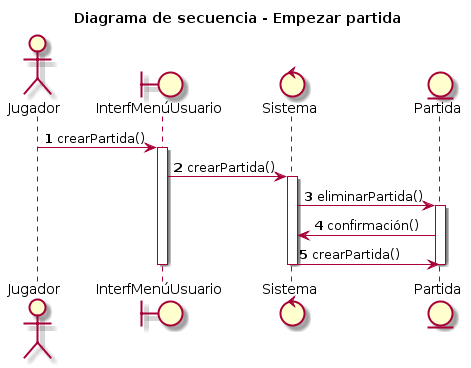
dmontesinos/ES-2019-G43-2-02.v2 keeps this PlantUML diagram as UML/Diagramas de secuencia/Jugador/Empezar partida/Empezar partida.png. Above is the earlier version.
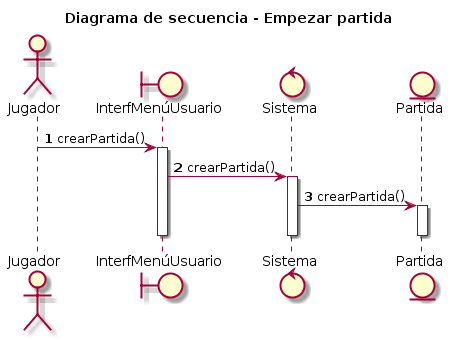
After the change.

Commit message:
Arreglado diagrama de secuencia

Change to the diagram source:
```diff
@@ -10,10 +10,9 @@
 activate InterfMenúUsuario
 InterfMenúUsuario -> Sistema : crearPartida()
 activate Sistema
-Sistema -> Partida : eliminarPartida()
+
+Sistema -> Partida : crearPartida()
 activate Partida
-Partida -> Sistema : confirmación()
-Sistema -> Partida : crearPartida()
 deactivate Partida
 deactivate Sistema
 deactivate InterfMenúUsuario
```
